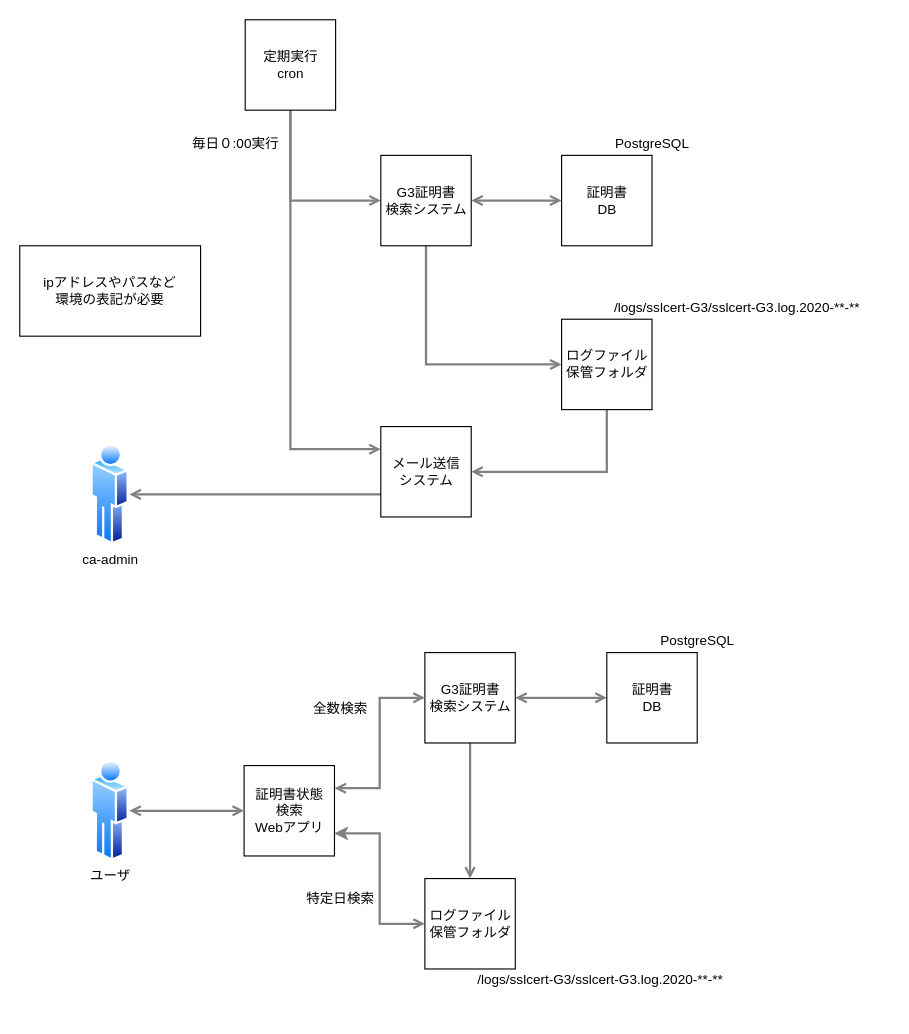
This is page "システム構成図" (6 of 6) of UMLDiagram.drawio from r-asano/kaihatsubuKenshu, a draw.io file, before an edit. Source tidied: cells renumbered, new cells numbered last; positions are measured from the earlier drawing's top-left corner, leaving out a move shared by most shapes. Both pictures are drawn from the tidied source at 113%, with x=0, y=0 at pixel (19, 19).
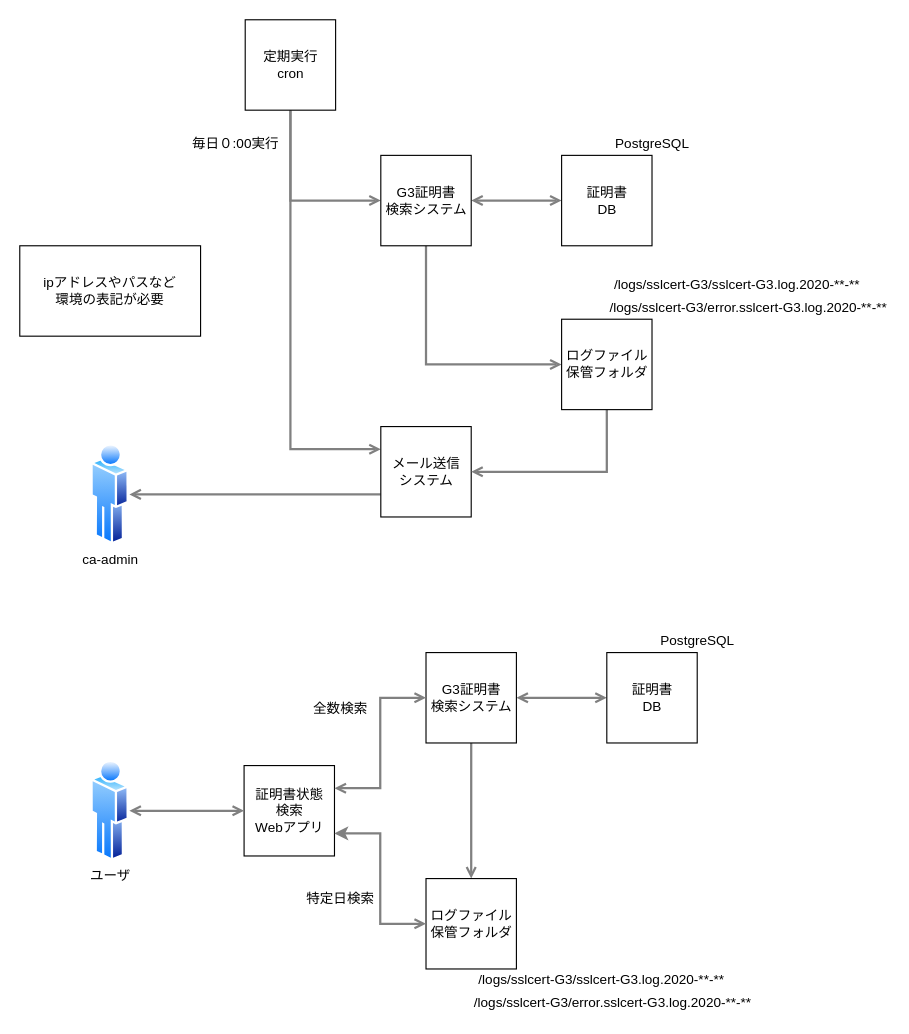
The same diagram, later.

Unchanged cells that the change refers to:
```xml
<mxCell id="11" value="&lt;div&gt;証明書状態&lt;/div&gt;&lt;div&gt;検索&lt;/div&gt;&lt;div&gt;Webアプリ&lt;br&gt;&lt;/div&gt;" style="whiteSpace=wrap;html=1;" parent="1" vertex="1">
  <mxGeometry x="198.5" y="660" width="80" height="80" as="geometry" />
</mxCell>
<mxCell id="38" style="group;" parent="1" vertex="1">
  <mxGeometry x="238.5" y="768" width="90" height="20" as="geometry" />
</mxCell>
```

What changed in the source:
```diff
@@
     <mxCell id="25" value="&lt;div&gt;G3証明書&lt;/div&gt;&lt;div&gt;検索システム&lt;br&gt;&lt;/div&gt;" style="whiteSpace=wrap;html=1;" parent="1" vertex="1">
-      <mxGeometry x="358.5" y="560" width="80" height="80" as="geometry" />
+      <mxGeometry x="359.5" y="560" width="80" height="80" as="geometry" />
     </mxCell>
     <mxCell id="26" style="group;" parent="1" vertex="1">
-      <mxGeometry x="479.5" y="245" width="270" height="100" as="geometry" />
+      <mxGeometry x="479.5" y="245" width="290" height="100" as="geometry" />
     </mxCell>
     <mxCell id="27" style="group;" parent="26" vertex="1">
-      <mxGeometry width="260" height="100" as="geometry" />
+      <mxGeometry width="290" height="100" as="geometry" />
     </mxCell>
+    <mxCell id="45" style="group;" parent="27" vertex="1">
+      <mxGeometry y="-20" width="290" height="120" as="geometry" />
+    </mxCell>
+    <mxCell id="46" style="group;" parent="45" vertex="1">
+      <mxGeometry width="290" height="120" as="geometry" />
+    </mxCell>
-    <mxCell id="28" value="&lt;div&gt;ログファイル&lt;/div&gt;&lt;div&gt;保管フォルダ&lt;br&gt;&lt;/div&gt;" style="whiteSpace=wrap;html=1;" parent="27" vertex="1">
-      <mxGeometry y="20" width="80" height="80" as="geometry" />
+    <mxCell id="28" value="&lt;div&gt;ログファイル&lt;/div&gt;&lt;div&gt;保管フォルダ&lt;br&gt;&lt;/div&gt;" style="whiteSpace=wrap;html=1;" parent="46" vertex="1">
+      <mxGeometry y="40" width="80" height="80" as="geometry" />
     </mxCell>
-    <mxCell id="29" value="/logs/sslcert-G3/sslcert-G3.log.2020-**-**" style="text;html=1;strokeColor=none;fillColor=none;align=center;verticalAlign=middle;whiteSpace=wrap;rounded=0;" parent="26" vertex="1">
+    <mxCell id="29" value="/logs/sslcert-G3/sslcert-G3.log.2020-**-**" style="text;html=1;strokeColor=none;fillColor=none;align=center;verticalAlign=middle;whiteSpace=wrap;rounded=0;" parent="46" vertex="1">
       <mxGeometry x="40" width="230" height="20" as="geometry" />
     </mxCell>
-    <mxCell id="30" style="group;" parent="1" vertex="1">
-      <mxGeometry x="358.5" y="740" width="270" height="120" as="geometry" />
-    </mxCell>
-    <mxCell id="31" style="group;" parent="30" vertex="1">
-      <mxGeometry width="270" height="100" as="geometry" />
-    </mxCell>
-    <mxCell id="32" style="group;" parent="31" vertex="1">
-      <mxGeometry width="260" height="100" as="geometry" />
-    </mxCell>
-    <mxCell id="33" value="&lt;div&gt;ログファイル&lt;/div&gt;&lt;div&gt;保管フォルダ&lt;br&gt;&lt;/div&gt;" style="whiteSpace=wrap;html=1;" parent="32" vertex="1">
-      <mxGeometry y="20" width="80" height="80" as="geometry" />
-    </mxCell>
-    <mxCell id="34" value="/logs/sslcert-G3/sslcert-G3.log.2020-**-**" style="text;html=1;strokeColor=none;fillColor=none;align=center;verticalAlign=middle;whiteSpace=wrap;rounded=0;" parent="30" vertex="1">
-      <mxGeometry x="40" y="100" width="230" height="20" as="geometry" />
-    </mxCell>
+    <mxCell id="47" value="/logs/sslcert-G3/error.sslcert-G3.log.2020-**-**" style="text;html=1;strokeColor=none;fillColor=none;align=center;verticalAlign=middle;whiteSpace=wrap;rounded=0;" parent="46" vertex="1">
+      <mxGeometry x="40" y="20" width="250" height="20" as="geometry" />
+    </mxCell>
@@
-    <mxCell id="39" style="edgeStyle=orthogonalEdgeStyle;rounded=0;jettySize=auto;html=1;exitX=1;exitY=0.75;exitDx=0;exitDy=0;entryX=0;entryY=0.5;entryDx=0;entryDy=0;startArrow=classic;startFill=1;endArrow=open;endFill=0;strokeColor=#808080;strokeWidth=2;" parent="38" edge="1" source="11" target="33">
-      <mxGeometry relative="1" as="geometry" />
-    </mxCell>
@@
+    <mxCell id="48" style="group;" parent="1" vertex="1">
+      <mxGeometry x="359.5" y="720" width="290" height="160" as="geometry" />
+    </mxCell>
+    <mxCell id="49" style="group;" parent="48" vertex="1">
+      <mxGeometry width="290" height="120" as="geometry" />
+    </mxCell>
+    <mxCell id="33" value="&lt;div&gt;ログファイル&lt;/div&gt;&lt;div&gt;保管フォルダ&lt;br&gt;&lt;/div&gt;" style="whiteSpace=wrap;html=1;" parent="49" vertex="1">
+      <mxGeometry y="40" width="80" height="80" as="geometry" />
+    </mxCell>
+    <mxCell id="50" value="/logs/sslcert-G3/error.sslcert-G3.log.2020-**-**" style="text;html=1;strokeColor=none;fillColor=none;align=center;verticalAlign=middle;whiteSpace=wrap;rounded=0;" parent="48" vertex="1">
+      <mxGeometry x="40" y="140" width="250" height="20" as="geometry" />
+    </mxCell>
+    <mxCell id="34" value="/logs/sslcert-G3/sslcert-G3.log.2020-**-**" style="text;html=1;strokeColor=none;fillColor=none;align=center;verticalAlign=middle;whiteSpace=wrap;rounded=0;" parent="48" vertex="1">
+      <mxGeometry x="40.5" y="120" width="230" height="20" as="geometry" />
+    </mxCell>
+    <mxCell id="39" style="edgeStyle=orthogonalEdgeStyle;rounded=0;jettySize=auto;html=1;exitX=1;exitY=0.75;exitDx=0;exitDy=0;startArrow=classic;startFill=1;endArrow=open;endFill=0;strokeColor=#808080;strokeWidth=2;entryX=0;entryY=0.5;entryDx=0;entryDy=0;" parent="1" edge="1" source="11" target="33">
+      <mxGeometry relative="1" as="geometry" />
+    </mxCell>
```
